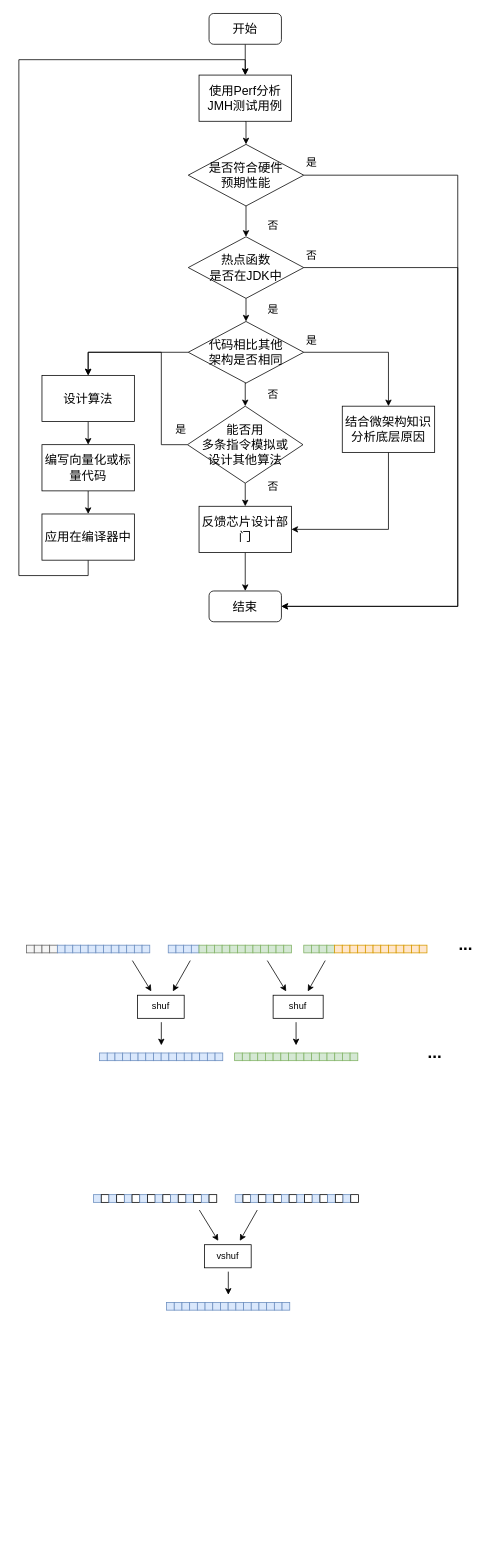
Above: Optimization.drawio in f123888/Draw.IO (draw.io), before the change. Source tidied: cells renumbered, new cells numbered last; positions are measured from the earlier drawing's top-left corner, leaving out a move shared by most shapes. Both pictures are drawn from the tidied source at 77%, with x=0, y=0 at pixel (18, 13).
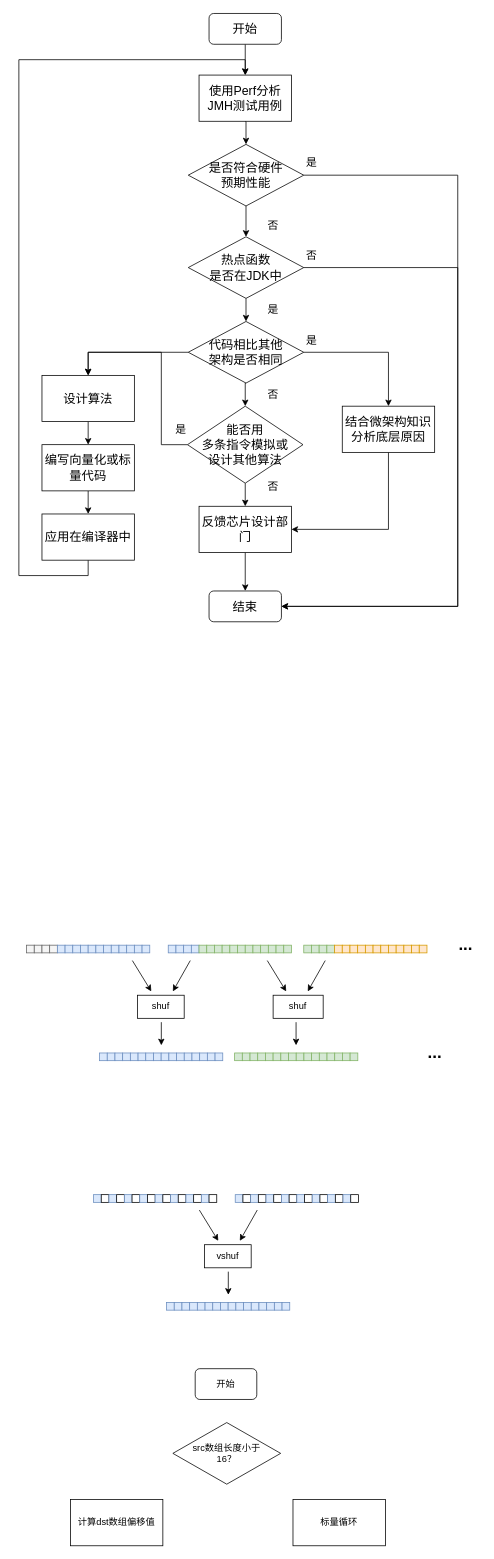
The same diagram, later.

What changed in the source:
```diff
@@
+    <mxCell id="180" value="开始" style="rounded=1;whiteSpace=wrap;html=1;" parent="1" vertex="1">
+      <mxGeometry x="229" y="1760" width="80" height="40" as="geometry" />
+    </mxCell>
+    <mxCell id="181" value="src数组长度小于&lt;br&gt;16？" style="rhombus;whiteSpace=wrap;html=1;" parent="1" vertex="1">
+      <mxGeometry x="200" y="1830" width="140" height="80" as="geometry" />
+    </mxCell>
+    <mxCell id="182" value="标量循环" style="rounded=0;whiteSpace=wrap;html=1;" parent="1" vertex="1">
+      <mxGeometry x="356" y="1930" width="120" height="60" as="geometry" />
+    </mxCell>
+    <mxCell id="183" value="计算dst数组偏移值" style="rounded=0;whiteSpace=wrap;html=1;" parent="1" vertex="1">
+      <mxGeometry x="67" y="1930" width="120" height="60" as="geometry" />
+    </mxCell>
```
